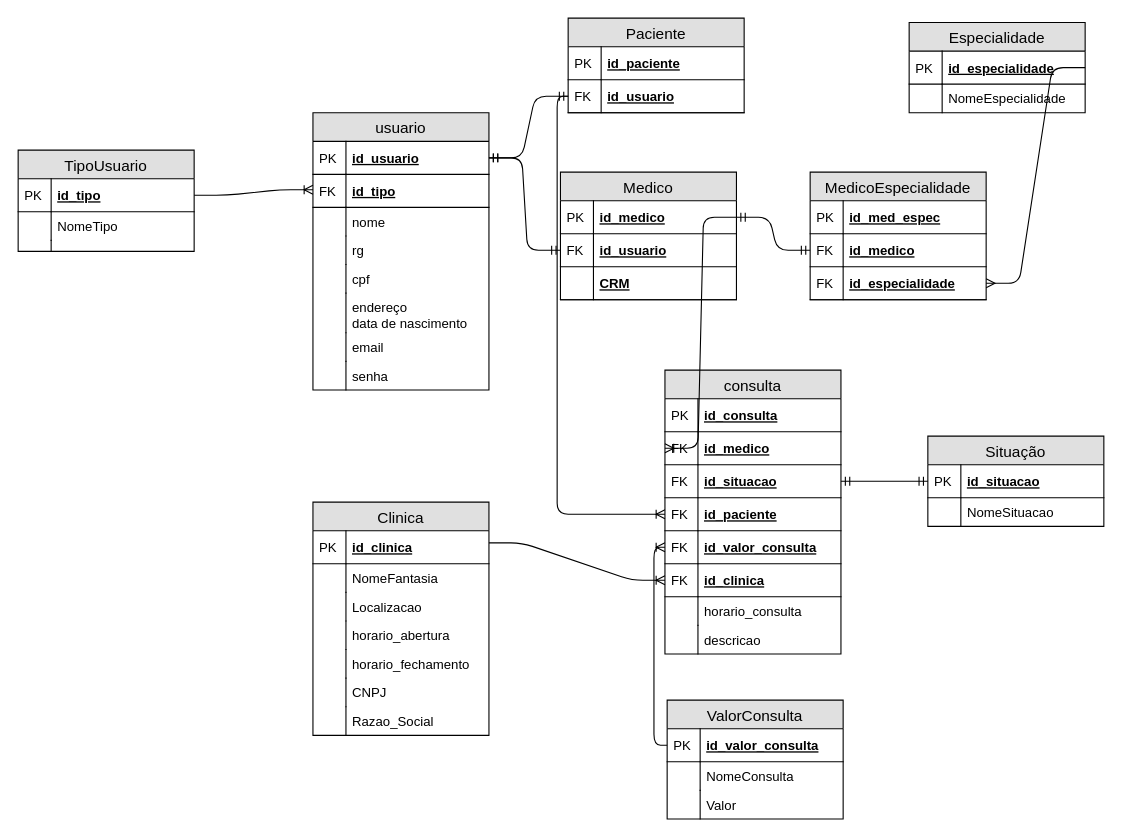
Before: page "lógico" (1 of 2) of Backend Modelagem/Modelagem Logica.drawio in xcrispis/senai_spmedgroup_sprint1_-bd_manha1_marco, a draw.io diagram. Source tidied: cells renumbered, new cells numbered last; positions are measured from the earlier drawing's top-left corner, leaving out a move shared by most shapes. Both pictures are drawn from the tidied source at 110%, with x=0, y=0 at pixel (18, 18).
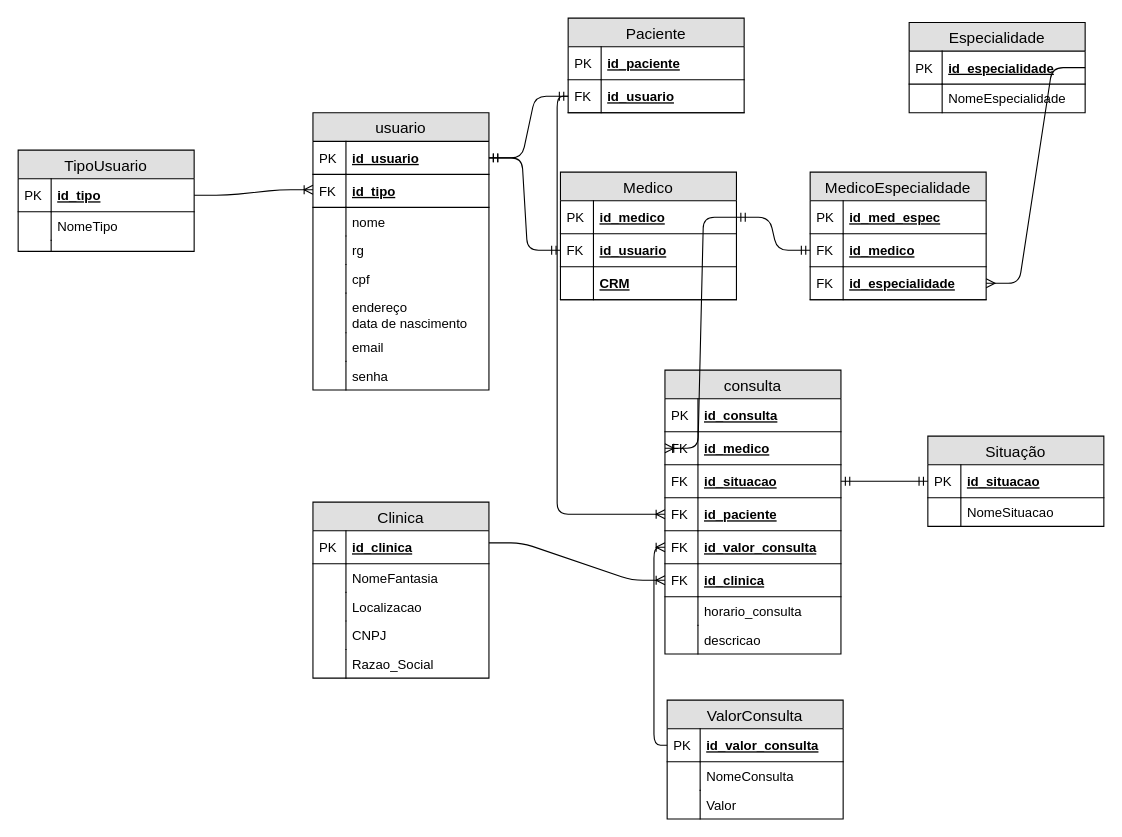
The same diagram, later.

The edit, as a diff of the source:
```diff
@@
     <mxCell id="60" value="Clinica" style="swimlane;fontStyle=0;horizontal=1;startSize=26;fillColor=#e0e0e0;swimlaneFillColor=#ffffff;align=center;fontSize=14;" parent="1" vertex="1">
-      <mxGeometry x="268" y="440" width="160" height="212" as="geometry" />
+      <mxGeometry x="268" y="440" width="160" height="160" as="geometry" />
     </mxCell>
@@
-    <mxCell id="67" value="horario_abertura" style="shape=partialRectangle;top=0;left=0;right=0;bottom=0;align=left;verticalAlign=top;fillColor=none;spacingLeft=34;spacingRight=4;overflow=hidden;fontSize=12;" parent="60" vertex="1">
-      <mxGeometry y="108" width="160" height="26" as="geometry" />
-    </mxCell>
-    <mxCell id="68" style="shape=partialRectangle;top=0;left=0;bottom=0;fillColor=none;align=left;verticalAlign=top;spacingLeft=4;spacingRight=4;overflow=hidden;fontSize=12;" parent="67" vertex="1">
-      <mxGeometry width="30" height="26" as="geometry" />
-    </mxCell>
-    <mxCell id="69" value="horario_fechamento" style="shape=partialRectangle;top=0;left=0;right=0;bottom=0;align=left;verticalAlign=top;fillColor=none;spacingLeft=34;spacingRight=4;overflow=hidden;fontSize=12;" parent="60" vertex="1">
-      <mxGeometry y="134" width="160" height="26" as="geometry" />
-    </mxCell>
-    <mxCell id="70" style="shape=partialRectangle;top=0;left=0;bottom=0;fillColor=none;align=left;verticalAlign=top;spacingLeft=4;spacingRight=4;overflow=hidden;fontSize=12;" parent="69" vertex="1">
-      <mxGeometry width="30" height="26" as="geometry" />
-    </mxCell>
     <mxCell id="71" value="CNPJ" style="shape=partialRectangle;top=0;left=0;right=0;bottom=0;align=left;verticalAlign=top;fillColor=none;spacingLeft=34;spacingRight=4;overflow=hidden;fontSize=12;" parent="60" vertex="1">
-      <mxGeometry y="160" width="160" height="26" as="geometry" />
+      <mxGeometry y="108" width="160" height="26" as="geometry" />
     </mxCell>
@@
     <mxCell id="73" value="Razao_Social" style="shape=partialRectangle;top=0;left=0;right=0;bottom=0;align=left;verticalAlign=top;fillColor=none;spacingLeft=34;spacingRight=4;overflow=hidden;fontSize=12;" parent="60" vertex="1">
-      <mxGeometry y="186" width="160" height="26" as="geometry" />
+      <mxGeometry y="134" width="160" height="26" as="geometry" />
     </mxCell>
```
